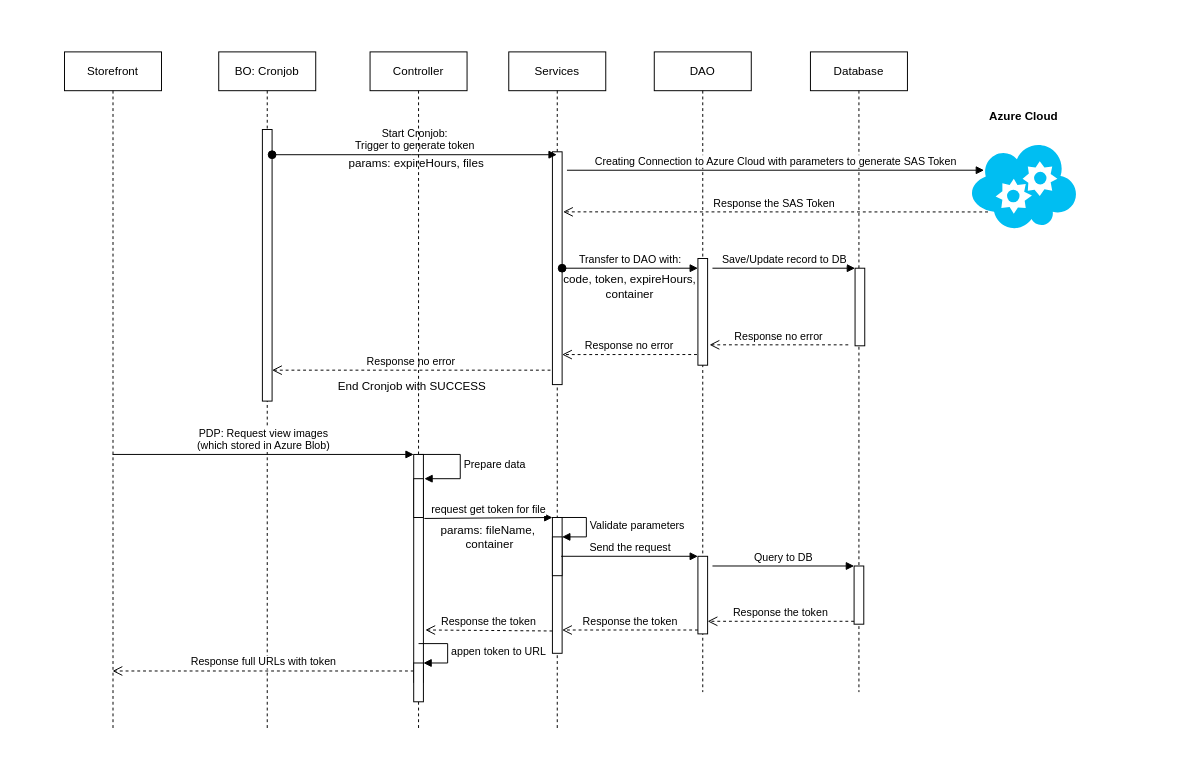
The draw.io diagram diagrams/sap-cx/Untitled Diagram.drawio in pinestran/transferfiles, before the edit. Source tidied: cells renumbered, new cells numbered last; positions are measured from the earlier drawing's top-left corner, leaving out a move shared by most shapes. Both pictures are drawn from the tidied source at 97%, with x=0, y=0 at pixel (64, 51).
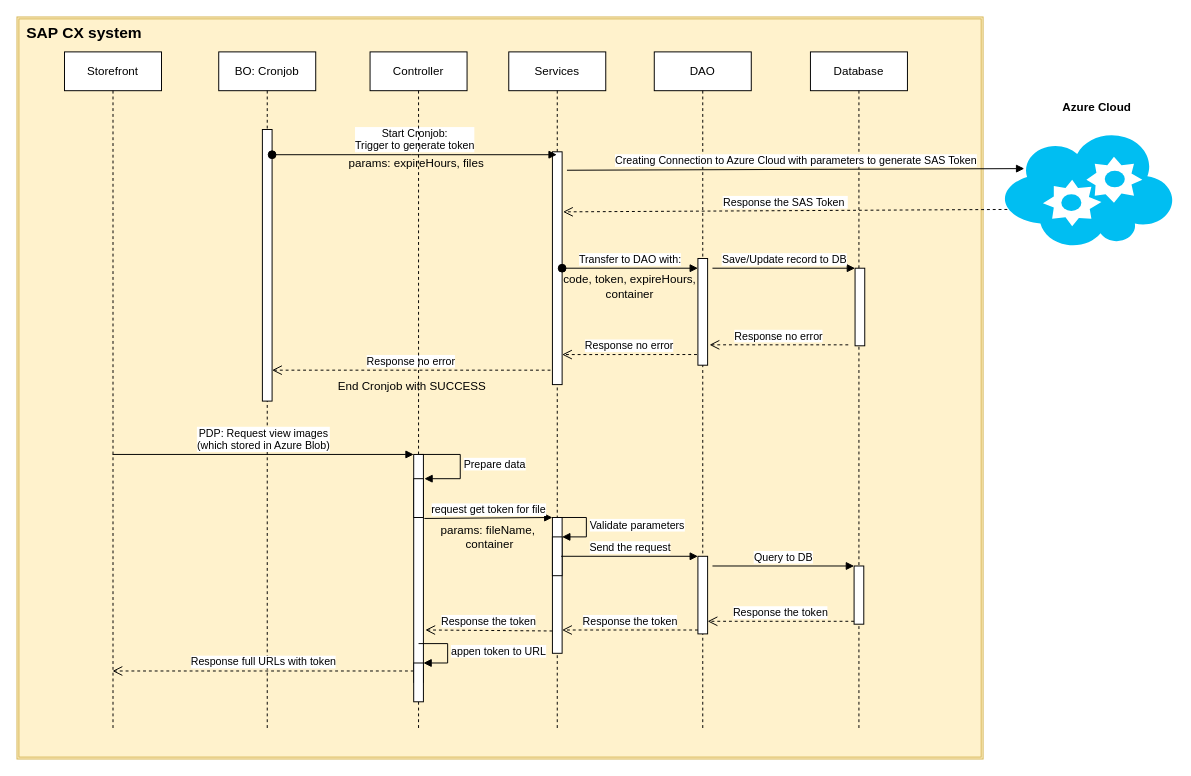
The same page after the edit.

The change refers to these unchanged cells:
```xml
<mxCell id="5" style="html=1;points=[];perimeter=orthogonalPerimeter;" parent="4" vertex="1">
  <mxGeometry x="45" y="103" width="10" height="240" as="geometry" />
</mxCell>
```

Change to the diagram source:
```diff
@@
+    <mxCell id="44" style="shape=ext;double=1;rounded=0;whiteSpace=wrap;html=1;fillColor=#fff2cc;strokeColor=#d6b656;" parent="1" vertex="1">
+      <mxGeometry x="-49" y="-36" width="996" height="765" as="geometry" />
+    </mxCell>
@@
     <mxCell id="9" value="DAO" style="shape=umlLifeline;perimeter=lifelinePerimeter;whiteSpace=wrap;html=1;" parent="1" vertex="1">
-      <mxGeometry x="608" width="100" height="660" as="geometry" />
+      <mxGeometry x="608" width="100" height="698" as="geometry" />
     </mxCell>
@@
     <mxCell id="13" value="Database" style="shape=umlLifeline;perimeter=lifelinePerimeter;whiteSpace=wrap;html=1;" parent="1" vertex="1">
-      <mxGeometry x="769" width="100" height="660" as="geometry" />
+      <mxGeometry x="769" width="100" height="700" as="geometry" />
     </mxCell>
@@
     <mxCell id="18" style="verticalLabelPosition=bottom;html=1;verticalAlign=top;align=center;strokeColor=none;fillColor=#00BEF2;shape=mxgraph.azure.cloud_service;" parent="1" vertex="1">
-      <mxGeometry x="934" y="93" width="110" height="90" as="geometry" />
+      <mxGeometry x="967" y="82" width="177" height="119" as="geometry" />
     </mxCell>
     <mxCell id="19" value="Azure Cloud" style="text;align=center;fontStyle=1;verticalAlign=middle;spacingLeft=3;spacingRight=3;strokeColor=none;" parent="1" vertex="1">
-      <mxGeometry x="949" y="53" width="80" height="26" as="geometry" />
+      <mxGeometry x="1012" y="34" width="105" height="45" as="geometry" />
     </mxCell>
@@
-    <mxCell id="21" value="Response the SAS Token&amp;nbsp;" style="html=1;verticalAlign=bottom;endArrow=open;dashed=1;endSize=8;rounded=0;exitX=0.164;exitY=0.8;exitDx=0;exitDy=0;exitPerimeter=0;entryX=1.1;entryY=0.258;entryDx=0;entryDy=0;entryPerimeter=0;" parent="1" edge="1" source="18" target="5">
+    <mxCell id="21" value="Response the SAS Token&amp;nbsp;" style="html=1;verticalAlign=bottom;endArrow=open;dashed=1;endSize=8;rounded=0;exitX=0.028;exitY=0.676;exitDx=0;exitDy=0;exitPerimeter=0;entryX=1.1;entryY=0.258;entryDx=0;entryDy=0;entryPerimeter=0;" parent="1" edge="1" source="18" target="5">
       <mxGeometry relative="1" as="geometry" />
     </mxCell>
@@
+    <mxCell id="45" value="&lt;b&gt;&lt;font style=&quot;font-size: 16px;&quot;&gt;SAP CX system&lt;/font&gt;&lt;/b&gt;" style="text;html=1;align=center;verticalAlign=middle;strokeColor=none;fillColor=none;" parent="1" vertex="1">
+      <mxGeometry x="-49" y="-36" width="137" height="31" as="geometry" />
+    </mxCell>
```
